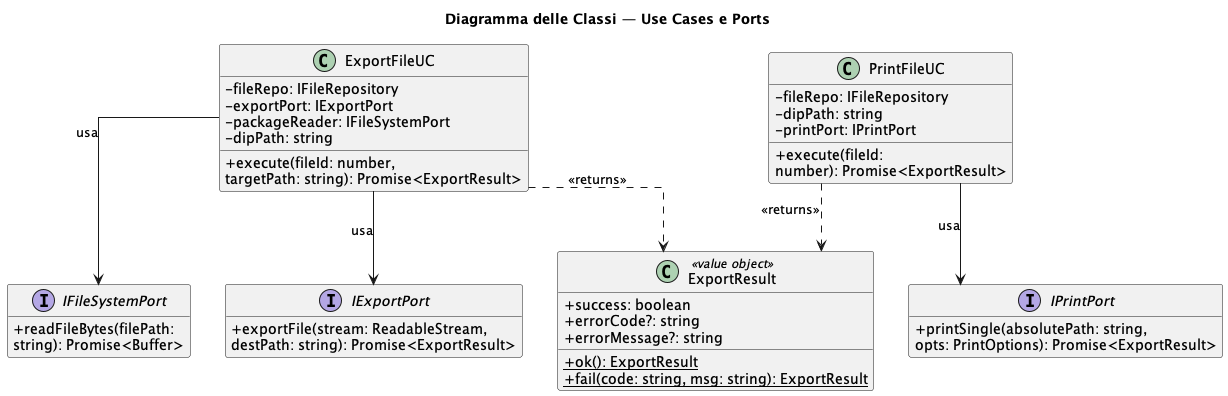
7-ZPUs/Docs keeps this PlantUML diagram as out/3_PB/DocumentiEsterni/DiagrammiSpecificaTecnica/C4/C4_backend_Export/Export_IPC_Part2.png. Above is the earlier version.
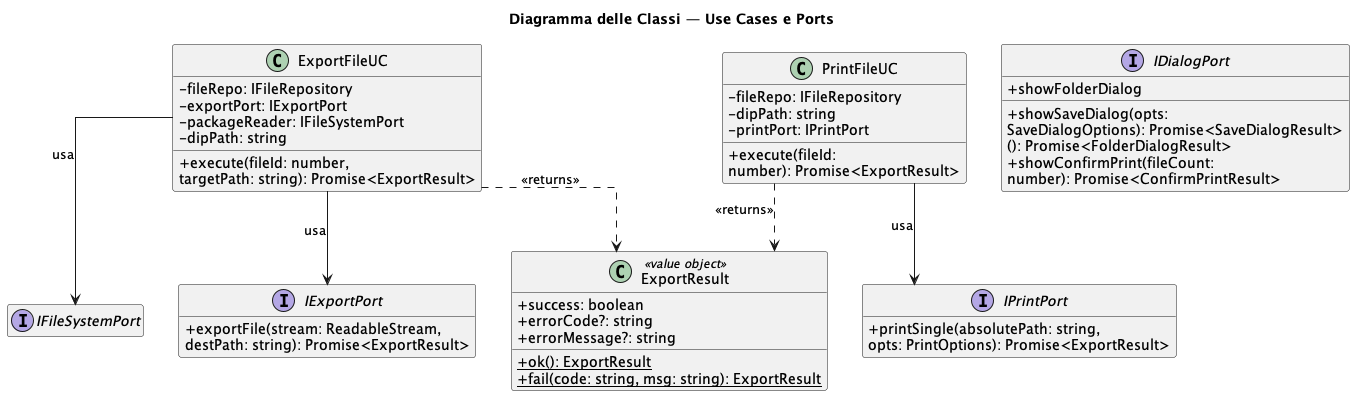
The same file after the commit.

What changed in the source:
```diff
@@ -19,10 +19,7 @@
     + execute(fileId:
     number): Promise<ExportResult>
 }
-interface IFileSystemPort {
-    + readFileBytes(filePath:
-     string): Promise<Buffer>
-}
+interface IFileSystemPort { }
 interface IExportPort {
     + exportFile(stream: ReadableStream,
      destPath: string): Promise<ExportResult>
@@ -30,6 +27,14 @@
 interface IPrintPort {
     + printSingle(absolutePath: string,
     opts: PrintOptions): Promise<ExportResult>
+}
+interface IDialogPort {
+    + showSaveDialog(opts:
+    SaveDialogOptions): Promise<SaveDialogResult>
+    + showFolderDialog
+    (): Promise<FolderDialogResult>
+    + showConfirmPrint(fileCount:
+    number): Promise<ConfirmPrintResult>
 }
 class ExportResult <<value object>> {
     + success: boolean
```
